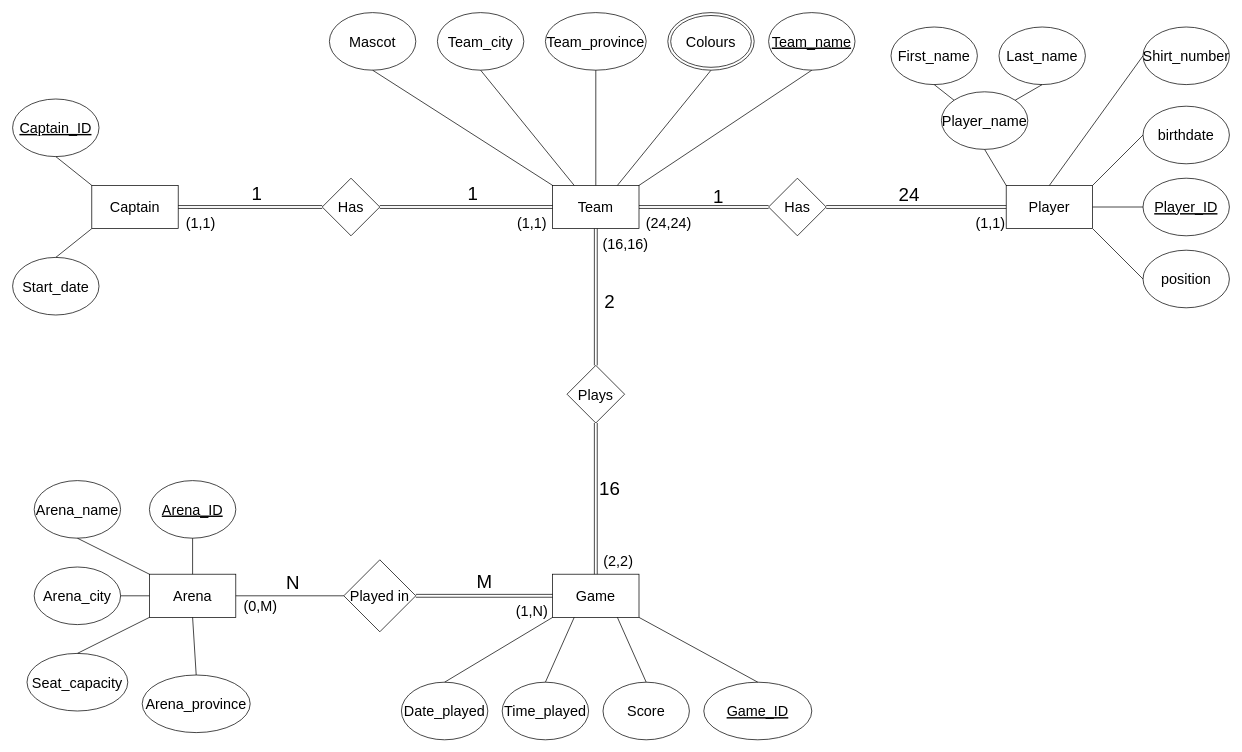
Earlier version of the draw.io diagram Untitled Diagram.drawio (benjaminnamo/databases). Source tidied: cells renumbered, new cells numbered last; positions are measured from the earlier drawing's top-left corner, leaving out a move shared by most shapes. Both pictures are drawn from the tidied source at 72%, with x=0, y=0 at pixel (12, 12).
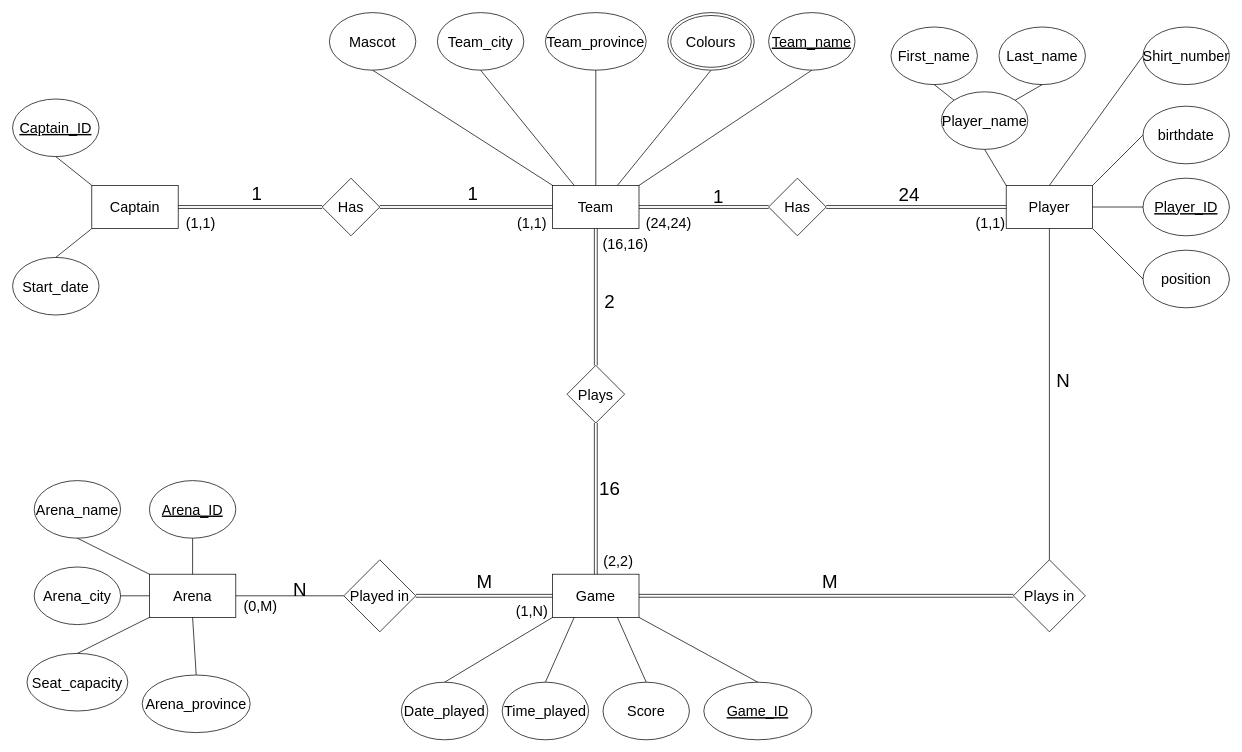
The same page after the edit.

Unchanged cells that the change refers to:
```xml
<mxCell id="13" value="&lt;font style=&quot;font-size: 20px;&quot;&gt;Player&lt;/font&gt;" style="rounded=0;whiteSpace=wrap;html=1;" parent="1" vertex="1">
  <mxGeometry x="1380" y="240" width="120" height="60" as="geometry" />
</mxCell>
<mxCell id="33" value="&lt;font style=&quot;font-size: 20px;&quot;&gt;Game&lt;/font&gt;" style="rounded=0;whiteSpace=wrap;html=1;" parent="1" vertex="1">
  <mxGeometry x="750" y="780" width="120" height="60" as="geometry" />
</mxCell>
```

The edit, as a diff of the source:
```diff
@@
     <mxCell id="78" value="&lt;span style=&quot;font-size: 26px;&quot;&gt;N&lt;/span&gt;" style="edgeLabel;html=1;align=center;verticalAlign=middle;labelBackgroundColor=none;" parent="1" vertex="1">
-      <mxGeometry x="400" y="810" as="geometry">
+      <mxGeometry x="1470" y="530" as="geometry">
         <mxPoint x="-12" y="-19" as="offset" />
       </mxGeometry>
     </mxCell>
@@
+    <mxCell id="82" value="&lt;font style=&quot;font-size: 20px;&quot;&gt;Plays in&lt;/font&gt;" style="rhombus;whiteSpace=wrap;html=1;" parent="1" vertex="1">
+      <mxGeometry x="1390" y="760" width="100" height="100" as="geometry" />
+    </mxCell>
+    <mxCell id="83" style="endArrow=none;html=1;rounded=0;entryX=0.5;entryY=1;entryDx=0;entryDy=0;exitX=0.5;exitY=0;exitDx=0;exitDy=0;" parent="1" edge="1" source="82" target="13">
+      <mxGeometry relative="1" as="geometry" />
+    </mxCell>
+    <mxCell id="84" style="shape=link;html=1;rounded=0;entryX=0;entryY=0.5;entryDx=0;entryDy=0;exitX=1;exitY=0.5;exitDx=0;exitDy=0;" parent="1" edge="1" source="33" target="82">
+      <mxGeometry relative="1" as="geometry" />
+    </mxCell>
+    <mxCell id="85" value="&lt;font style=&quot;font-size: 26px;&quot;&gt;M&lt;/font&gt;" style="text;html=1;align=center;verticalAlign=middle;strokeColor=none;fillColor=none;" parent="1" vertex="1">
+      <mxGeometry x="1110" y="770" width="50" height="40" as="geometry" />
+    </mxCell>
+    <mxCell id="86" value="&lt;span style=&quot;font-size: 26px;&quot;&gt;N&lt;/span&gt;" style="edgeLabel;html=1;align=center;verticalAlign=middle;labelBackgroundColor=none;" parent="1" vertex="1">
+      <mxGeometry x="410" y="820" as="geometry">
+        <mxPoint x="-12" y="-19" as="offset" />
+      </mxGeometry>
+    </mxCell>
```
